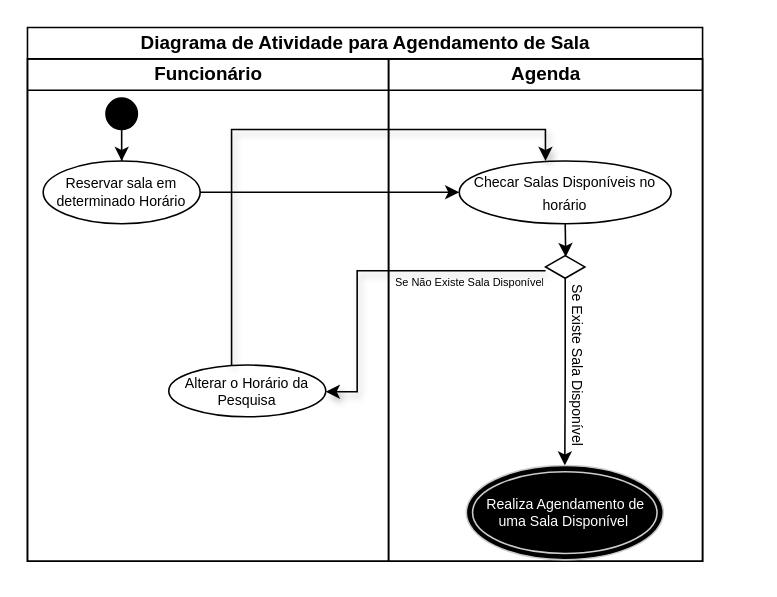
Earlier version of the draw.io diagram Diagrama sem nome.drawio (Glauberth/RocketSeat-Desafio01). Source tidied: cells renumbered, new cells numbered last; positions are measured from the earlier drawing's top-left corner, leaving out a move shared by most shapes. Both pictures are drawn from the tidied source at 157%, with x=0, y=0 at pixel (27, 27).
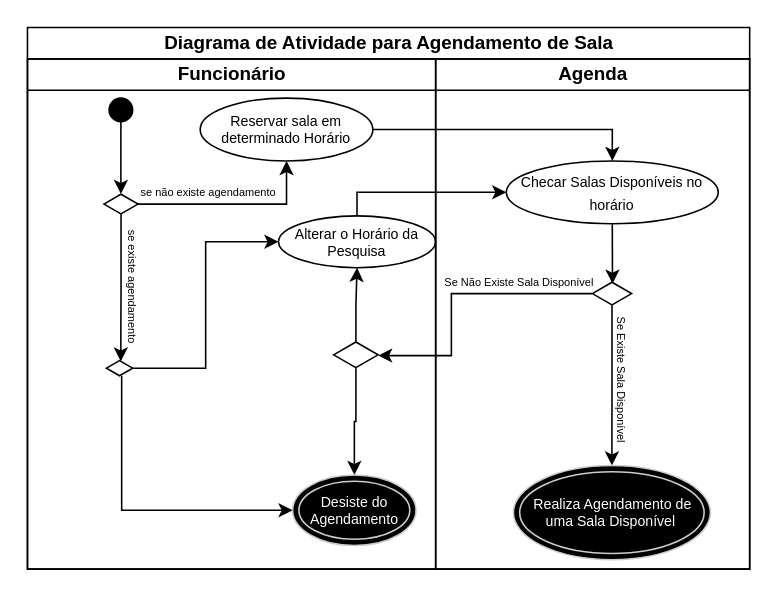
After the change.

Unchanged cells that the change refers to:
```xml
<mxCell id="12" value="&lt;font style=&quot;font-size: 9px;&quot;&gt;Checar Salas Disponíveis no horário&lt;/font&gt;" style="ellipse;whiteSpace=wrap;html=1;align=center;newEdgeStyle={&quot;edgeStyle&quot;:&quot;entityRelationEdgeStyle&quot;,&quot;startArrow&quot;:&quot;none&quot;,&quot;endArrow&quot;:&quot;none&quot;,&quot;segment&quot;:10,&quot;curved&quot;:1};fillColor=none;" parent="10" vertex="1">
  <mxGeometry x="45" y="65" width="135" height="40" as="geometry" />
</mxCell>
```

What changed in the source:
```diff
@@
     <mxCell id="2" value="Diagrama de Atividade para Agendamento de Sala" style="swimlane;startSize=20;html=1;fillColor=none;" parent="1" vertex="1">
-      <mxGeometry width="430" height="340" as="geometry" />
+      <mxGeometry width="460" height="345" as="geometry" />
     </mxCell>
-    <mxCell id="3" style="edgeStyle=orthogonalEdgeStyle;rounded=0;jettySize=auto;html=1;exitX=1;exitY=0.5;exitDx=0;exitDy=0;" parent="2" edge="1" source="7" target="12">
-      <mxGeometry relative="1" as="geometry" />
-    </mxCell>
     <mxCell id="4" value="Funcionário" style="swimlane;startSize=20;html=1;fillColor=none;" parent="2" vertex="1">
-      <mxGeometry y="20" width="230" height="320" as="geometry" />
+      <mxGeometry y="20" width="260" height="325" as="geometry" />
     </mxCell>
-    <mxCell id="5" style="edgeStyle=orthogonalEdgeStyle;rounded=0;jettySize=auto;html=1;entryX=0.5;entryY=0;entryDx=0;entryDy=0;" parent="4" edge="1" source="6" target="7">
-      <mxGeometry relative="1" as="geometry" />
+    <mxCell id="5" style="edgeStyle=orthogonalEdgeStyle;rounded=0;jettySize=auto;html=1;" parent="4" edge="1" source="6" target="26">
+      <mxGeometry relative="1" as="geometry">
+        <Array as="points">
+          <mxPoint x="60" y="80" />
+          <mxPoint x="60" y="80" />
+        </Array>
+      </mxGeometry>
     </mxCell>
     <mxCell id="6" style="ellipse;whiteSpace=wrap;html=1;fillColor=#000000;" parent="4" vertex="1">
-      <mxGeometry x="50" y="25" width="20" height="20" as="geometry" />
+      <mxGeometry x="52" y="25" width="15" height="15" as="geometry" />
     </mxCell>
     <mxCell id="7" value="Reservar sala em determinado Horário" style="ellipse;whiteSpace=wrap;html=1;align=center;newEdgeStyle={&quot;edgeStyle&quot;:&quot;entityRelationEdgeStyle&quot;,&quot;startArrow&quot;:&quot;none&quot;,&quot;endArrow&quot;:&quot;none&quot;,&quot;segment&quot;:10,&quot;curved&quot;:1};fillColor=none;fontSize=9;" parent="4" vertex="1">
-      <mxGeometry x="10" y="65" width="100" height="40" as="geometry" />
+      <mxGeometry x="110" y="25" width="110" height="40" as="geometry" />
     </mxCell>
     <mxCell id="8" value="Alterar o Horário da Pesquisa" style="ellipse;whiteSpace=wrap;html=1;align=center;newEdgeStyle={&quot;edgeStyle&quot;:&quot;entityRelationEdgeStyle&quot;,&quot;startArrow&quot;:&quot;none&quot;,&quot;endArrow&quot;:&quot;none&quot;,&quot;segment&quot;:10,&quot;curved&quot;:1};fontSize=9;fillColor=none;" parent="4" vertex="1">
-      <mxGeometry x="90" y="195" width="100" height="33" as="geometry" />
+      <mxGeometry x="159.9" y="100" width="100" height="33" as="geometry" />
     </mxCell>
-    <mxCell id="9" style="edgeStyle=orthogonalEdgeStyle;rounded=0;jettySize=auto;html=1;fontSize=9;shadow=1;sketch=0;" parent="2" edge="1" source="13" target="8">
-      <mxGeometry relative="1" as="geometry">
-        <Array as="points">
-          <mxPoint x="210" y="155" />
-          <mxPoint x="210" y="232" />
-        </Array>
-      </mxGeometry>
-    </mxCell>
+    <mxCell id="19" style="edgeStyle=orthogonalEdgeStyle;rounded=0;jettySize=auto;html=1;" parent="4" edge="1" source="21" target="22">
+      <mxGeometry relative="1" as="geometry" />
+    </mxCell>
+    <mxCell id="20" style="edgeStyle=orthogonalEdgeStyle;rounded=0;jettySize=auto;html=1;entryX=0.5;entryY=1;entryDx=0;entryDy=0;fontSize=7;" parent="4" edge="1" source="21" target="8">
+      <mxGeometry relative="1" as="geometry" />
+    </mxCell>
+    <mxCell id="21" style="html=1;whiteSpace=wrap;shape=isoRectangle;" parent="4" vertex="1">
+      <mxGeometry x="195" y="180" width="28.3" height="17" as="geometry" />
+    </mxCell>
+    <mxCell id="22" value="&lt;span style=&quot;font-size: 9px;&quot;&gt;Desiste do Agendamento&lt;/span&gt;" style="ellipse;shape=doubleEllipse;whiteSpace=wrap;html=1;shadow=0;fillStyle=auto;fontSize=7;fillColor=#000000;fontColor=#FFFFFF;strokeColor=#CCCCCC;" parent="4" vertex="1">
+      <mxGeometry x="168.9" y="265" width="78.6" height="45" as="geometry" />
+    </mxCell>
+    <mxCell id="23" style="edgeStyle=orthogonalEdgeStyle;rounded=0;jettySize=auto;html=1;fontSize=7;" parent="4" edge="1" source="26" target="7">
+      <mxGeometry relative="1" as="geometry" />
+    </mxCell>
+    <mxCell id="24" value="se não existe agendamento&lt;br&gt;" style="edgeLabel;html=1;align=center;verticalAlign=middle;fontSize=7;" parent="23" vertex="1">
+      <mxGeometry x="-0.53" y="2" relative="1" as="geometry">
+        <mxPoint x="15" y="-5" as="offset" />
+      </mxGeometry>
+    </mxCell>
+    <mxCell id="25" style="edgeStyle=orthogonalEdgeStyle;rounded=0;jettySize=auto;html=1;entryX=0.546;entryY=0.071;entryDx=0;entryDy=0;entryPerimeter=0;fontSize=7;" parent="4" edge="1" source="26" target="29">
+      <mxGeometry relative="1" as="geometry" />
+    </mxCell>
+    <mxCell id="26" style="html=1;whiteSpace=wrap;shape=isoRectangle;fontSize=7;" parent="4" vertex="1">
+      <mxGeometry x="48.7" y="86" width="21.7" height="13" as="geometry" />
+    </mxCell>
+    <mxCell id="27" style="edgeStyle=orthogonalEdgeStyle;rounded=0;jettySize=auto;html=1;entryX=0;entryY=0.5;entryDx=0;entryDy=0;fontSize=7;" parent="4" edge="1" source="29" target="22">
+      <mxGeometry relative="1" as="geometry">
+        <Array as="points">
+          <mxPoint x="60" y="287" />
+        </Array>
+      </mxGeometry>
+    </mxCell>
+    <mxCell id="28" style="edgeStyle=orthogonalEdgeStyle;rounded=0;jettySize=auto;html=1;entryX=0;entryY=0.5;entryDx=0;entryDy=0;fontSize=7;" parent="4" edge="1" source="29" target="8">
+      <mxGeometry relative="1" as="geometry" />
+    </mxCell>
+    <mxCell id="29" style="html=1;whiteSpace=wrap;shape=isoRectangle;fontSize=7;" parent="4" vertex="1">
+      <mxGeometry x="50.3" y="192" width="16.7" height="10" as="geometry" />
+    </mxCell>
+    <mxCell id="30" value="se existe agendamento" style="text;html=1;strokeColor=none;fillColor=none;align=center;verticalAlign=middle;whiteSpace=wrap;overflow=hidden;fontSize=7;rotation=90;" parent="4" vertex="1">
+      <mxGeometry x="27" y="139" width="80" height="13" as="geometry" />
+    </mxCell>
     <mxCell id="10" value="Agenda" style="swimlane;startSize=20;html=1;fillColor=none;" parent="2" vertex="1">
-      <mxGeometry x="230" y="20" width="200" height="320" as="geometry" />
+      <mxGeometry x="260" y="20" width="200" height="325" as="geometry" />
     </mxCell>
@@
     <mxCell id="13" style="html=1;whiteSpace=wrap;shape=isoRectangle;fillColor=none;" parent="10" vertex="1">
-      <mxGeometry x="100" y="125" width="25" height="15" as="geometry" />
+      <mxGeometry x="99.8" y="142" width="25" height="15" as="geometry" />
     </mxCell>
-    <mxCell id="14" value="Se Existe Sala Disponível" style="text;html=1;strokeColor=none;fillColor=none;align=center;verticalAlign=middle;whiteSpace=wrap;overflow=hidden;fontSize=9;rotation=90;" parent="10" vertex="1">
-      <mxGeometry x="66.5" y="185" width="108" height="20" as="geometry" />
+    <mxCell id="14" value="Se Existe Sala Disponível" style="text;html=1;strokeColor=none;fillColor=none;align=center;verticalAlign=middle;whiteSpace=wrap;overflow=hidden;fontSize=7;rotation=90;" parent="10" vertex="1">
+      <mxGeometry x="73" y="197" width="91.5" height="15" as="geometry" />
     </mxCell>
@@
     <mxCell id="16" value="Se Não Existe Sala Disponível" style="text;html=1;strokeColor=none;fillColor=none;align=center;verticalAlign=middle;whiteSpace=wrap;overflow=hidden;fontSize=7;rotation=0;" parent="10" vertex="1">
-      <mxGeometry x="-3" y="135" width="110" height="15" as="geometry" />
+      <mxGeometry x="-3" y="135" width="113" height="15" as="geometry" />
     </mxCell>
@@
-    <mxCell id="18" style="edgeStyle=orthogonalEdgeStyle;rounded=0;jettySize=auto;html=1;entryX=0.407;entryY=0;entryDx=0;entryDy=0;entryPerimeter=0;fontSize=9;shadow=1;" parent="2" edge="1" source="8" target="12">
+    <mxCell id="18" style="edgeStyle=orthogonalEdgeStyle;rounded=0;jettySize=auto;html=1;fontSize=7;exitX=0.5;exitY=0;exitDx=0;exitDy=0;" parent="2" edge="1" source="8" target="12">
       <mxGeometry relative="1" as="geometry">
         <Array as="points">
-          <mxPoint x="130" y="65" />
-          <mxPoint x="330" y="65" />
+          <mxPoint x="210" y="105" />
         </Array>
       </mxGeometry>
     </mxCell>
+    <mxCell id="3" style="edgeStyle=orthogonalEdgeStyle;rounded=0;jettySize=auto;html=1;entryX=0.5;entryY=0;entryDx=0;entryDy=0;fontSize=7;" parent="2" edge="1" source="7" target="12">
+      <mxGeometry relative="1" as="geometry" />
+    </mxCell>
+    <mxCell id="31" style="edgeStyle=orthogonalEdgeStyle;rounded=0;jettySize=auto;html=1;fontSize=7;" parent="2" edge="1" source="13" target="21">
+      <mxGeometry relative="1" as="geometry">
+        <Array as="points">
+          <mxPoint x="270" y="169" />
+          <mxPoint x="270" y="209" />
+        </Array>
+      </mxGeometry>
+    </mxCell>
```
